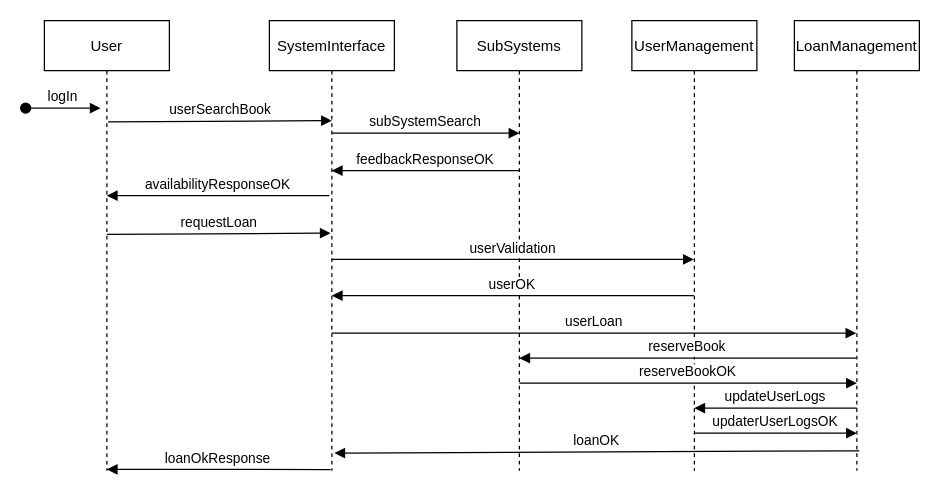
Above: page "Loan Book" (1 of 3) of SRS - Sequence.drawio in ck8west/hello-world (draw.io), before the change. Source tidied: cells renumbered, new cells numbered last; positions are measured from the earlier drawing's top-left corner, leaving out a move shared by most shapes. Both pictures are drawn from the tidied source at 125%, with x=0, y=0 at pixel (25, 20).
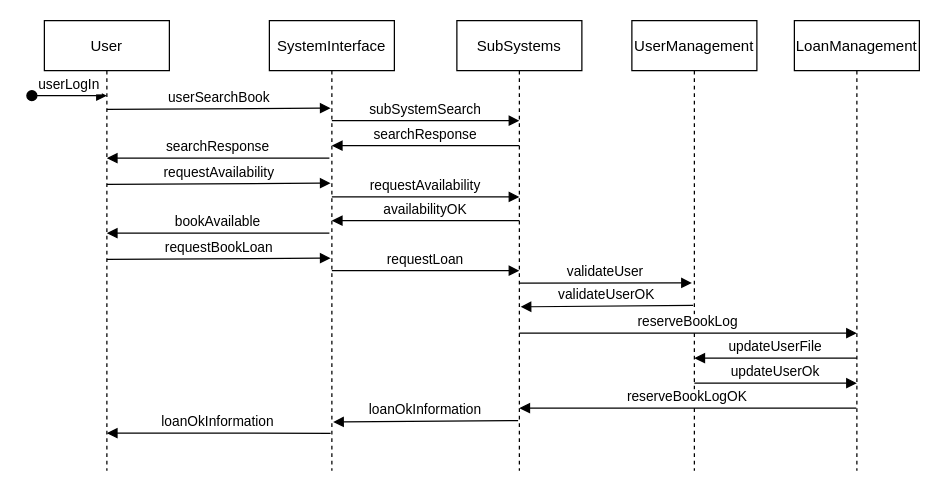
After the change.

Unchanged cells that the change refers to:
```xml
<mxCell id="2" value="User" style="shape=umlLifeline;perimeter=lifelinePerimeter;rounded=0;shadow=0;strokeWidth=1;" parent="1" vertex="1">
  <mxGeometry x="15" width="100" height="360" as="geometry" />
</mxCell>
<mxCell id="4" value="SystemInterface" style="shape=umlLifeline;perimeter=lifelinePerimeter;rounded=0;shadow=0;strokeWidth=1;" parent="1" vertex="1">
  <mxGeometry x="195" width="100" height="360" as="geometry" />
</mxCell>
<mxCell id="7" value="SubSystems" style="shape=umlLifeline;perimeter=lifelinePerimeter;rounded=0;shadow=0;strokeWidth=1;" parent="1" vertex="1">
  <mxGeometry x="345" width="100" height="360" as="geometry" />
</mxCell>
<mxCell id="8" value="UserManagement" style="shape=umlLifeline;perimeter=lifelinePerimeter;rounded=0;shadow=0;strokeWidth=1;" parent="1" vertex="1">
  <mxGeometry x="485" width="100" height="360" as="geometry" />
</mxCell>
<mxCell id="10" value="LoanManagement" style="shape=umlLifeline;perimeter=lifelinePerimeter;rounded=0;shadow=0;strokeWidth=1;" parent="1" vertex="1">
  <mxGeometry x="615" width="100" height="360" as="geometry" />
</mxCell>
```

Diff of the diagram source:
```diff
@@
-    <mxCell id="3" value="logIn" style="verticalAlign=bottom;startArrow=oval;endArrow=block;startSize=8;shadow=0;strokeWidth=1;" parent="2" edge="1">
-      <mxGeometry relative="1" as="geometry">
-        <mxPoint x="-15" y="70" as="sourcePoint" />
-        <mxPoint x="45" y="70" as="targetPoint" />
-      </mxGeometry>
-    </mxCell>
@@
-    <mxCell id="5" value="userSearchBook" style="verticalAlign=bottom;endArrow=block;entryX=0;entryY=0;shadow=0;strokeWidth=1;exitX=0.51;exitY=0.225;exitDx=0;exitDy=0;exitPerimeter=0;" parent="1" edge="1" source="2">
-      <mxGeometry relative="1" as="geometry">
-        <mxPoint x="245" y="80" as="targetPoint" />
-      </mxGeometry>
-    </mxCell>
-    <mxCell id="6" value="availabilityResponseOK" style="verticalAlign=bottom;endArrow=block;entryX=1;entryY=0;shadow=0;strokeWidth=1;" parent="1" edge="1">
+    <mxCell id="6" value="searchResponse" style="verticalAlign=bottom;endArrow=block;entryX=1;entryY=0;shadow=0;strokeWidth=1;" parent="1" edge="1">
       <mxGeometry relative="1" as="geometry">
-        <mxPoint x="243" y="140" as="sourcePoint" />
-        <mxPoint x="65" y="140" as="targetPoint" />
+        <mxPoint x="243" y="110" as="sourcePoint" />
+        <mxPoint x="65" y="110" as="targetPoint" />
       </mxGeometry>
     </mxCell>
@@
-    <mxCell id="9" value="updateUserLogs" style="verticalAlign=bottom;endArrow=block;shadow=0;strokeWidth=1;" parent="8" edge="1">
-      <mxGeometry relative="1" as="geometry">
-        <mxPoint x="180" y="310" as="sourcePoint" />
-        <mxPoint x="50" y="310" as="targetPoint" />
-      </mxGeometry>
-    </mxCell>
@@
-    <mxCell id="11" value="subSystemSearch" style="verticalAlign=bottom;endArrow=block;shadow=0;strokeWidth=1;" parent="1" edge="1">
-      <mxGeometry relative="1" as="geometry">
-        <mxPoint x="245" y="90" as="sourcePoint" />
-        <mxPoint x="395" y="90" as="targetPoint" />
-      </mxGeometry>
-    </mxCell>
-    <mxCell id="12" value="feedbackResponseOK" style="verticalAlign=bottom;endArrow=block;entryX=1;entryY=0;shadow=0;strokeWidth=1;" parent="1" edge="1">
+    <mxCell id="12" value="searchResponse" style="verticalAlign=bottom;endArrow=block;entryX=1;entryY=0;shadow=0;strokeWidth=1;" parent="1" edge="1">
       <mxGeometry relative="1" as="geometry">
-        <mxPoint x="395" y="120" as="sourcePoint" />
-        <mxPoint x="245" y="120" as="targetPoint" />
+        <mxPoint x="395" y="100" as="sourcePoint" />
+        <mxPoint x="245" y="100" as="targetPoint" />
       </mxGeometry>
     </mxCell>
-    <mxCell id="13" value="requestLoan" style="verticalAlign=bottom;endArrow=block;entryX=0;entryY=0;shadow=0;strokeWidth=1;exitX=0.51;exitY=0.27;exitDx=0;exitDy=0;exitPerimeter=0;" parent="1" edge="1">
+    <mxCell id="13" value="requestAvailability" style="verticalAlign=bottom;endArrow=block;entryX=0;entryY=0;shadow=0;strokeWidth=1;exitX=0.51;exitY=0.27;exitDx=0;exitDy=0;exitPerimeter=0;" parent="1" edge="1">
       <mxGeometry relative="1" as="geometry">
-        <mxPoint x="65" y="171" as="sourcePoint" />
-        <mxPoint x="244" y="170" as="targetPoint" />
+        <mxPoint x="65" y="131" as="sourcePoint" />
+        <mxPoint x="244" y="130" as="targetPoint" />
       </mxGeometry>
     </mxCell>
-    <mxCell id="14" value="userValidation" style="verticalAlign=bottom;endArrow=block;shadow=0;strokeWidth=1;exitX=0.51;exitY=0.27;exitDx=0;exitDy=0;exitPerimeter=0;" parent="1" edge="1" target="8">
-      <mxGeometry relative="1" as="geometry">
-        <mxPoint x="245" y="191" as="sourcePoint" />
-      </mxGeometry>
-    </mxCell>
-    <mxCell id="15" value="userOK" style="verticalAlign=bottom;endArrow=block;entryX=1;entryY=0;shadow=0;strokeWidth=1;" parent="1" edge="1" source="8">
-      <mxGeometry relative="1" as="geometry">
-        <mxPoint x="245" y="220" as="targetPoint" />
-      </mxGeometry>
-    </mxCell>
-    <mxCell id="16" value="userLoan" style="verticalAlign=bottom;endArrow=block;shadow=0;strokeWidth=1;exitX=0.51;exitY=0.27;exitDx=0;exitDy=0;exitPerimeter=0;" parent="1" edge="1" target="10">
-      <mxGeometry relative="1" as="geometry">
-        <mxPoint x="245" y="250" as="sourcePoint" />
-      </mxGeometry>
-    </mxCell>
-    <mxCell id="17" value="loanOK" style="verticalAlign=bottom;endArrow=block;shadow=0;strokeWidth=1;entryX=0.52;entryY=0.961;entryDx=0;entryDy=0;entryPerimeter=0;exitX=0.52;exitY=0.956;exitDx=0;exitDy=0;exitPerimeter=0;" parent="1" edge="1" source="10" target="4">
-      <mxGeometry relative="1" as="geometry" />
-    </mxCell>
-    <mxCell id="18" value="loanOkResponse" style="verticalAlign=bottom;endArrow=block;entryX=1;entryY=0;shadow=0;strokeWidth=1;exitX=0.49;exitY=0.467;exitDx=0;exitDy=0;exitPerimeter=0;" parent="1" edge="1">
+    <mxCell id="18" value="loanOkInformation" style="verticalAlign=bottom;endArrow=block;entryX=1;entryY=0;shadow=0;strokeWidth=1;exitX=0.49;exitY=0.467;exitDx=0;exitDy=0;exitPerimeter=0;" parent="1" edge="1">
       <mxGeometry relative="1" as="geometry">
-        <mxPoint x="244" y="359.1" as="sourcePoint" />
-        <mxPoint x="65" y="359" as="targetPoint" />
+        <mxPoint x="244" y="330.1" as="sourcePoint" />
+        <mxPoint x="65" y="330" as="targetPoint" />
       </mxGeometry>
     </mxCell>
-    <mxCell id="19" value="reserveBookOK" style="verticalAlign=bottom;endArrow=block;shadow=0;strokeWidth=1;exitX=0.51;exitY=0.27;exitDx=0;exitDy=0;exitPerimeter=0;" parent="1" edge="1">
+    <mxCell id="19" value="reserveBookLog" style="verticalAlign=bottom;endArrow=block;shadow=0;strokeWidth=1;exitX=0.51;exitY=0.27;exitDx=0;exitDy=0;exitPerimeter=0;" parent="1" edge="1">
       <mxGeometry relative="1" as="geometry">
-        <mxPoint x="395" y="290" as="sourcePoint" />
-        <mxPoint x="665" y="290" as="targetPoint" />
+        <mxPoint x="395" y="250" as="sourcePoint" />
+        <mxPoint x="665" y="250" as="targetPoint" />
       </mxGeometry>
     </mxCell>
-    <mxCell id="20" value="reserveBook" style="verticalAlign=bottom;endArrow=block;shadow=0;strokeWidth=1;" parent="1" edge="1">
+    <mxCell id="20" value="reserveBookLogOK" style="verticalAlign=bottom;endArrow=block;shadow=0;strokeWidth=1;" parent="1" edge="1">
       <mxGeometry relative="1" as="geometry">
-        <mxPoint x="664.5" y="270" as="sourcePoint" />
-        <mxPoint x="395" y="270" as="targetPoint" />
+        <mxPoint x="664.5" y="310" as="sourcePoint" />
+        <mxPoint x="395" y="310" as="targetPoint" />
       </mxGeometry>
     </mxCell>
-    <mxCell id="21" value="updaterUserLogsOK" style="verticalAlign=bottom;endArrow=block;shadow=0;strokeWidth=1;" parent="1" edge="1">
-      <mxGeometry relative="1" as="geometry">
-        <mxPoint x="535" y="330" as="sourcePoint" />
-        <mxPoint x="665" y="330" as="targetPoint" />
-      </mxGeometry>
-    </mxCell>
+    <mxCell id="3" value="userLogIn" style="verticalAlign=bottom;startArrow=oval;endArrow=block;startSize=8;shadow=0;strokeWidth=1;" parent="1" edge="1">
+      <mxGeometry relative="1" as="geometry">
+        <mxPoint x="5" y="60" as="sourcePoint" />
+        <mxPoint x="65" y="60" as="targetPoint" />
+      </mxGeometry>
+    </mxCell>
+    <mxCell id="5" value="userSearchBook" style="verticalAlign=bottom;endArrow=block;entryX=0;entryY=0;shadow=0;strokeWidth=1;exitX=0.51;exitY=0.225;exitDx=0;exitDy=0;exitPerimeter=0;" parent="1" edge="1">
+      <mxGeometry relative="1" as="geometry">
+        <mxPoint x="65" y="71" as="sourcePoint" />
+        <mxPoint x="244" y="70" as="targetPoint" />
+      </mxGeometry>
+    </mxCell>
+    <mxCell id="11" value="subSystemSearch" style="verticalAlign=bottom;endArrow=block;shadow=0;strokeWidth=1;" parent="1" edge="1">
+      <mxGeometry relative="1" as="geometry">
+        <mxPoint x="245" y="80" as="sourcePoint" />
+        <mxPoint x="395" y="80" as="targetPoint" />
+      </mxGeometry>
+    </mxCell>
+    <mxCell id="22" value="requestAvailability" style="verticalAlign=bottom;endArrow=block;shadow=0;strokeWidth=1;exitX=0.51;exitY=0.27;exitDx=0;exitDy=0;exitPerimeter=0;" parent="1" edge="1">
+      <mxGeometry relative="1" as="geometry">
+        <mxPoint x="245" y="141" as="sourcePoint" />
+        <mxPoint x="395" y="141" as="targetPoint" />
+      </mxGeometry>
+    </mxCell>
+    <mxCell id="23" value="bookAvailable" style="verticalAlign=bottom;endArrow=block;entryX=1;entryY=0;shadow=0;strokeWidth=1;" parent="1" edge="1">
+      <mxGeometry relative="1" as="geometry">
+        <mxPoint x="243" y="170" as="sourcePoint" />
+        <mxPoint x="65" y="170" as="targetPoint" />
+      </mxGeometry>
+    </mxCell>
+    <mxCell id="24" value="requestBookLoan" style="verticalAlign=bottom;endArrow=block;entryX=0;entryY=0;shadow=0;strokeWidth=1;exitX=0.51;exitY=0.27;exitDx=0;exitDy=0;exitPerimeter=0;" parent="1" edge="1">
+      <mxGeometry relative="1" as="geometry">
+        <mxPoint x="65" y="191" as="sourcePoint" />
+        <mxPoint x="244" y="190" as="targetPoint" />
+      </mxGeometry>
+    </mxCell>
+    <mxCell id="25" value="requestLoan" style="verticalAlign=bottom;endArrow=block;shadow=0;strokeWidth=1;exitX=0.51;exitY=0.27;exitDx=0;exitDy=0;exitPerimeter=0;" parent="1" edge="1">
+      <mxGeometry relative="1" as="geometry">
+        <mxPoint x="245" y="200" as="sourcePoint" />
+        <mxPoint x="395" y="200" as="targetPoint" />
+      </mxGeometry>
+    </mxCell>
+    <mxCell id="26" value="availabilityOK" style="verticalAlign=bottom;endArrow=block;entryX=1;entryY=0;shadow=0;strokeWidth=1;" parent="1" edge="1">
+      <mxGeometry relative="1" as="geometry">
+        <mxPoint x="395" y="160" as="sourcePoint" />
+        <mxPoint x="245" y="160" as="targetPoint" />
+      </mxGeometry>
+    </mxCell>
+    <mxCell id="27" value="validateUser" style="verticalAlign=bottom;endArrow=block;shadow=0;strokeWidth=1;exitX=0.53;exitY=0.664;exitDx=0;exitDy=0;exitPerimeter=0;entryX=0.48;entryY=0.583;entryDx=0;entryDy=0;entryPerimeter=0;" parent="1" edge="1" target="8">
+      <mxGeometry relative="1" as="geometry">
+        <mxPoint x="395" y="210" as="sourcePoint" />
+      </mxGeometry>
+    </mxCell>
+    <mxCell id="28" value="validateUserOK" style="verticalAlign=bottom;endArrow=block;shadow=0;strokeWidth=1;entryX=0.51;entryY=0.636;entryDx=0;entryDy=0;entryPerimeter=0;exitX=0.49;exitY=0.633;exitDx=0;exitDy=0;exitPerimeter=0;" parent="1" edge="1" source="8" target="7">
+      <mxGeometry relative="1" as="geometry" />
+    </mxCell>
+    <mxCell id="29" value="updateUserFile" style="verticalAlign=bottom;endArrow=block;shadow=0;strokeWidth=1;" parent="1" edge="1">
+      <mxGeometry relative="1" as="geometry">
+        <mxPoint x="665" y="270" as="sourcePoint" />
+        <mxPoint x="535" y="270" as="targetPoint" />
+      </mxGeometry>
+    </mxCell>
+    <mxCell id="30" value="updateUserOk" style="verticalAlign=bottom;endArrow=block;shadow=0;strokeWidth=1;" parent="1" edge="1">
+      <mxGeometry relative="1" as="geometry">
+        <mxPoint x="535" y="290" as="sourcePoint" />
+        <mxPoint x="665" y="290" as="targetPoint" />
+      </mxGeometry>
+    </mxCell>
+    <mxCell id="31" value="loanOkInformation" style="verticalAlign=bottom;endArrow=block;shadow=0;strokeWidth=1;entryX=0.52;entryY=0.961;entryDx=0;entryDy=0;entryPerimeter=0;exitX=0.5;exitY=0.958;exitDx=0;exitDy=0;exitPerimeter=0;" parent="1" edge="1">
+      <mxGeometry relative="1" as="geometry">
+        <mxPoint x="394" y="320" as="sourcePoint" />
+        <mxPoint x="246" y="321.1" as="targetPoint" />
+      </mxGeometry>
+    </mxCell>
```
